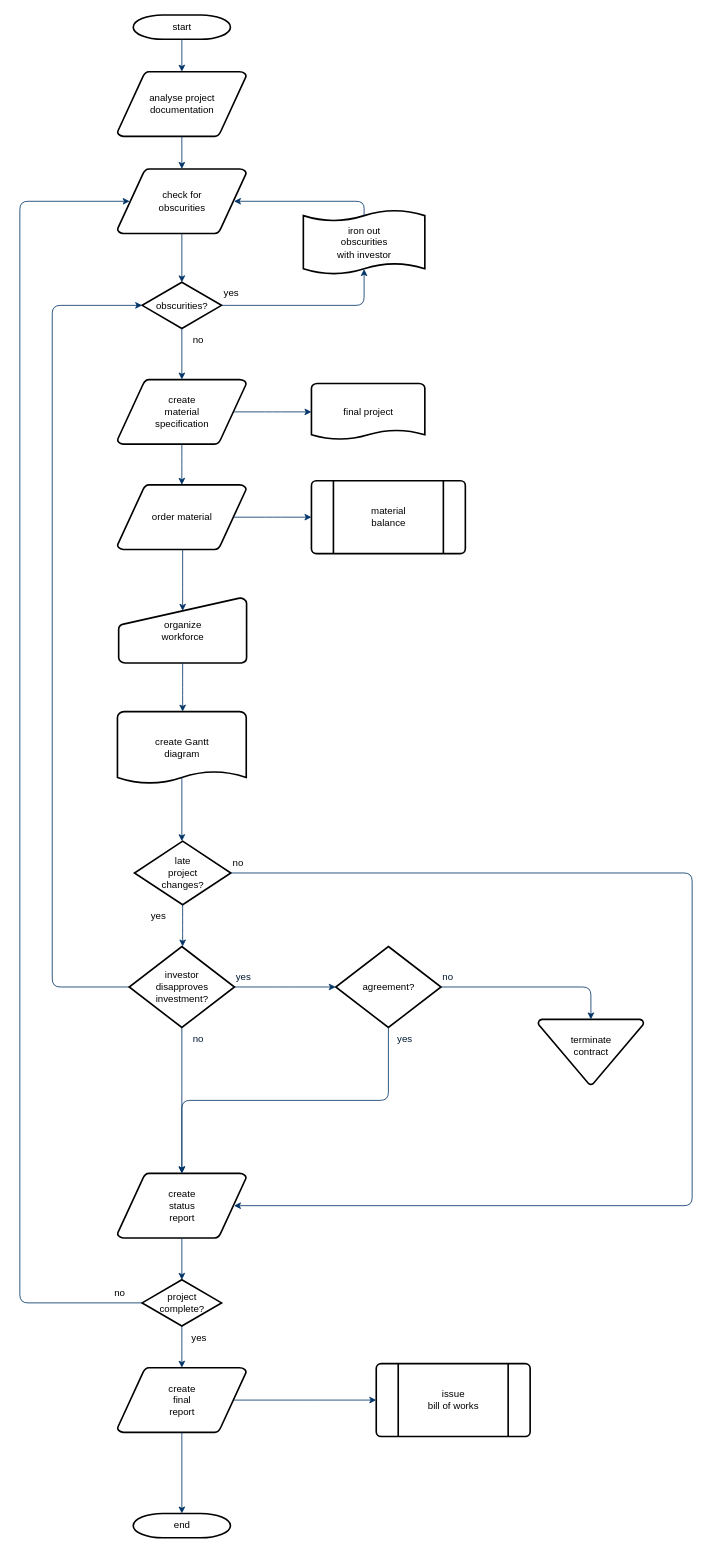
The draw.io diagram Fluxo LABSI min.drawio in Joluiss/Diagrams.net, before the edit. Source tidied: cells renumbered, new cells numbered last; positions are measured from the earlier drawing's top-left corner, leaving out a move shared by most shapes. Both pictures are drawn from the tidied source at 81%, with x=0, y=0 at pixel (19, 15).
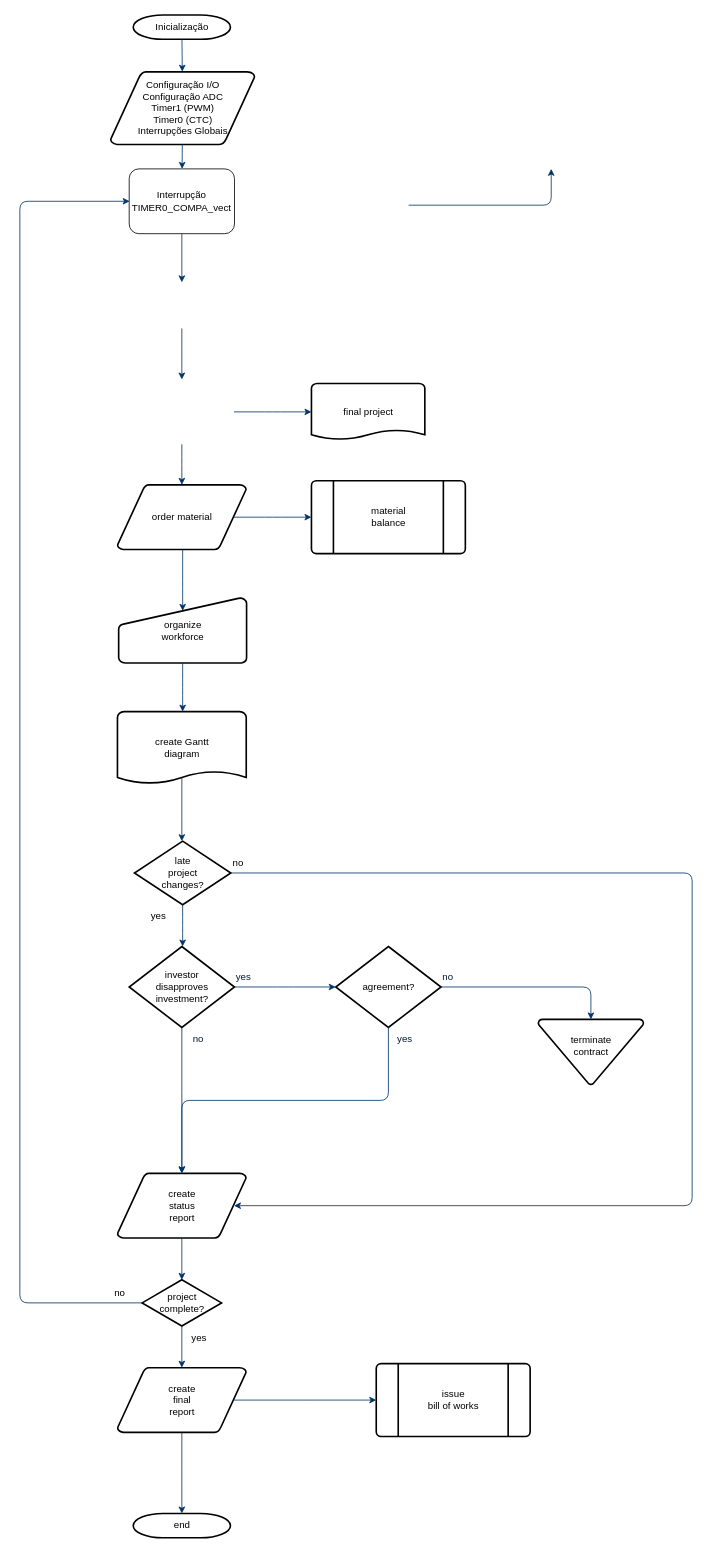
After the change.

Unchanged cells that the change refers to:
```xml
<mxCell id="13" value="order material" style="shape=mxgraph.flowchart.data;strokeWidth=2;gradientColor=none;gradientDirection=north;fontStyle=0;html=1;" parent="1" vertex="1">
  <mxGeometry x="120.5" y="580" width="159" height="80" as="geometry" />
</mxCell>
<mxCell id="15" value="final project" style="shape=mxgraph.flowchart.document;strokeWidth=2;gradientColor=none;gradientDirection=north;fontStyle=0;html=1;" parent="1" vertex="1">
  <mxGeometry x="360" y="455" width="140" height="70" as="geometry" />
</mxCell>
<mxCell id="28" value="investor&#10;disapproves&#10; investment?" style="shape=mxgraph.flowchart.decision;strokeWidth=2;gradientColor=none;gradientDirection=north;fontStyle=0;html=1;" parent="1" vertex="1">
  <mxGeometry x="135" y="1150" width="130" height="100" as="geometry" />
</mxCell>
<mxCell id="37" value="project&#10;complete?" style="shape=mxgraph.flowchart.decision;strokeWidth=2;gradientColor=none;gradientDirection=north;fontStyle=0;html=1;" parent="1" vertex="1">
  <mxGeometry x="151" y="1561.5" width="98" height="57" as="geometry" />
</mxCell>
```

Diff of the diagram source:
```diff
@@
-    <mxCell id="2" value="start" style="shape=mxgraph.flowchart.terminator;strokeWidth=2;gradientColor=none;gradientDirection=north;fontStyle=0;html=1;" parent="1" vertex="1">
+    <mxCell id="2" value="Inicialização" style="shape=mxgraph.flowchart.terminator;strokeWidth=2;gradientColor=none;gradientDirection=north;fontStyle=0;html=1;" parent="1" vertex="1">
       <mxGeometry x="140" width="120" height="30" as="geometry" />
     </mxCell>
-    <mxCell id="3" value="analyse project&#10; documentation" style="shape=mxgraph.flowchart.data;strokeWidth=2;gradientColor=none;gradientDirection=north;fontStyle=0;html=1;" parent="1" vertex="1">
-      <mxGeometry x="120.5" y="70" width="159" height="80" as="geometry" />
+    <mxCell id="3" value="&lt;div&gt;&lt;font&gt;Configuração I/O&lt;/font&gt;&lt;/div&gt;&lt;div&gt;&lt;font&gt;Configuração ADC&lt;/font&gt;&lt;/div&gt;&lt;div&gt;&lt;font&gt;Timer1 (PWM)&lt;/font&gt;&lt;/div&gt;&lt;div&gt;&lt;font&gt;Timer0 (CTC)&lt;/font&gt;&lt;/div&gt;&lt;div&gt;&lt;font&gt;Interrupções Globais&lt;/font&gt;&lt;/div&gt;" style="shape=mxgraph.flowchart.data;strokeWidth=2;gradientColor=none;gradientDirection=north;fontStyle=0;html=1;" parent="1" vertex="1">
+      <mxGeometry x="112" y="70" width="178" height="90" as="geometry" />
     </mxCell>
-    <mxCell id="4" value="create&#10;material&#10;specification" style="shape=mxgraph.flowchart.data;strokeWidth=2;gradientColor=none;gradientDirection=north;fontStyle=0;html=1;" parent="1" vertex="1">
-      <mxGeometry x="120.5" y="450" width="159" height="80" as="geometry" />
-    </mxCell>
-    <mxCell id="5" value="check for&#10;obscurities" style="shape=mxgraph.flowchart.data;strokeWidth=2;gradientColor=none;gradientDirection=north;fontStyle=0;html=1;" parent="1" vertex="1">
-      <mxGeometry x="120.5" y="190" width="159" height="80" as="geometry" />
-    </mxCell>
-    <mxCell id="6" value="obscurities?" style="shape=mxgraph.flowchart.decision;strokeWidth=2;gradientColor=none;gradientDirection=north;fontStyle=0;html=1;" parent="1" vertex="1">
-      <mxGeometry x="151" y="330" width="98" height="57" as="geometry" />
-    </mxCell>
@@
-    <mxCell id="8" style="fontStyle=1;strokeColor=#003366;strokeWidth=1;html=1;" parent="1" edge="1" source="3" target="5">
-      <mxGeometry relative="1" as="geometry" />
+    <mxCell id="8" style="fontStyle=1;strokeColor=#003366;strokeWidth=1;html=1;" parent="1" edge="1" source="3">
+      <mxGeometry relative="1" as="geometry">
+        <mxPoint x="200.3" y="190" as="targetPoint" />
+      </mxGeometry>
     </mxCell>
-    <mxCell id="9" style="entryX=0.5;entryY=0;entryPerimeter=0;fontStyle=1;strokeColor=#003366;strokeWidth=1;html=1;" parent="1" edge="1" source="5" target="6">
-      <mxGeometry relative="1" as="geometry" />
+    <mxCell id="9" style="entryX=0.5;entryY=0;entryPerimeter=0;fontStyle=1;strokeColor=#003366;strokeWidth=1;html=1;" parent="1" edge="1">
+      <mxGeometry relative="1" as="geometry">
+        <mxPoint x="200" y="270" as="sourcePoint" />
+        <mxPoint x="200" y="330" as="targetPoint" />
+      </mxGeometry>
     </mxCell>
-    <mxCell id="10" style="edgeStyle=elbowEdgeStyle;elbow=horizontal;entryX=0.5;entryY=0.91;entryPerimeter=0;exitX=1;exitY=0.5;exitPerimeter=0;fontStyle=1;strokeColor=#003366;strokeWidth=1;html=1;" parent="1" edge="1" source="6" target="51">
+    <mxCell id="10" style="edgeStyle=elbowEdgeStyle;elbow=horizontal;entryX=0.5;entryY=0.91;entryPerimeter=0;exitX=1;exitY=0.5;exitPerimeter=0;fontStyle=1;strokeColor=#003366;strokeWidth=1;html=1;" parent="1" edge="1">
       <mxGeometry x="381" y="28.5" as="geometry">
+        <mxPoint x="480" y="234.8" as="sourcePoint" />
+        <mxPoint x="656" y="190" as="targetPoint" />
         <Array as="points">
-          <mxPoint x="425" y="340" />
+          <mxPoint x="656" y="216.3" />
         </Array>
       </mxGeometry>
     </mxCell>
-    <mxCell id="11" value="yes" style="text;fontStyle=0;html=1;strokeColor=none;gradientColor=none;fillColor=none;strokeWidth=2;" parent="1" vertex="1">
-      <mxGeometry x="250" y="330" width="40" height="26" as="geometry" />
-    </mxCell>
-    <mxCell id="12" style="edgeStyle=elbowEdgeStyle;elbow=horizontal;fontColor=#001933;fontStyle=1;strokeColor=#003366;strokeWidth=1;html=1;" parent="1" edge="1" source="6" target="4">
-      <mxGeometry as="geometry" />
+    <mxCell id="12" style="edgeStyle=elbowEdgeStyle;elbow=horizontal;fontColor=#001933;fontStyle=1;strokeColor=#003366;strokeWidth=1;html=1;" parent="1" edge="1">
+      <mxGeometry as="geometry">
+        <mxPoint x="200" y="387" as="sourcePoint" />
+        <mxPoint x="200" y="450" as="targetPoint" />
+      </mxGeometry>
     </mxCell>
@@
-    <mxCell id="14" value="no" style="text;fontStyle=0;html=1;strokeColor=none;gradientColor=none;fillColor=none;strokeWidth=2;align=center;" parent="1" vertex="1">
-      <mxGeometry x="200" y="387" width="40" height="26" as="geometry" />
-    </mxCell>
@@
-    <mxCell id="16" style="edgeStyle=elbowEdgeStyle;elbow=horizontal;exitX=0.905;exitY=0.5;exitPerimeter=0;fontStyle=1;strokeColor=#003366;strokeWidth=1;html=1;" parent="1" edge="1" source="4" target="15">
-      <mxGeometry as="geometry" />
+    <mxCell id="16" style="edgeStyle=elbowEdgeStyle;elbow=horizontal;exitX=0.905;exitY=0.5;exitPerimeter=0;fontStyle=1;strokeColor=#003366;strokeWidth=1;html=1;" parent="1" edge="1" target="15">
+      <mxGeometry as="geometry">
+        <mxPoint x="264.4" y="490" as="sourcePoint" />
+      </mxGeometry>
     </mxCell>
-    <mxCell id="17" style="edgeStyle=elbowEdgeStyle;elbow=horizontal;fontStyle=1;strokeColor=#003366;strokeWidth=1;html=1;" parent="1" edge="1" source="4" target="13">
-      <mxGeometry as="geometry" />
+    <mxCell id="17" style="edgeStyle=elbowEdgeStyle;elbow=horizontal;fontStyle=1;strokeColor=#003366;strokeWidth=1;html=1;" parent="1" edge="1" target="13">
+      <mxGeometry as="geometry">
+        <mxPoint x="200" y="530" as="sourcePoint" />
+      </mxGeometry>
     </mxCell>
@@
-    <mxCell id="26" style="edgeStyle=elbowEdgeStyle;elbow=horizontal;exitX=0;exitY=0.5;exitPerimeter=0;entryX=0;entryY=0.5;entryPerimeter=0;fontStyle=1;strokeColor=#003366;strokeWidth=1;html=1;" parent="1" edge="1" source="28" target="6">
-      <mxGeometry as="geometry">
-        <Array as="points">
-          <mxPoint x="40" y="790" />
-        </Array>
-      </mxGeometry>
-    </mxCell>
@@
-    <mxCell id="51" value="iron out&#10;obscurities &#10;with investor" style="shape=mxgraph.flowchart.paper_tape;strokeWidth=2;gradientColor=none;gradientDirection=north;fontStyle=0;html=1;" parent="1" vertex="1">
-      <mxGeometry x="350" y="240" width="150" height="81" as="geometry" />
-    </mxCell>
-    <mxCell id="52" style="edgeStyle=elbowEdgeStyle;elbow=horizontal;exitX=0.5;exitY=0.09;exitPerimeter=0;entryX=0.905;entryY=0.5;entryPerimeter=0;fontStyle=1;strokeColor=#003366;strokeWidth=1;html=1;" parent="1" edge="1" source="51" target="5">
-      <mxGeometry as="geometry">
-        <Array as="points">
-          <mxPoint x="425" y="240" />
-        </Array>
-      </mxGeometry>
-    </mxCell>
@@
-    <mxCell id="54" style="edgeStyle=elbowEdgeStyle;elbow=horizontal;exitX=0;exitY=0.5;exitPerimeter=0;entryX=0.095;entryY=0.5;entryPerimeter=0;fontStyle=1;strokeColor=#003366;strokeWidth=1;html=1;" parent="1" edge="1" source="37" target="5">
+    <mxCell id="54" style="edgeStyle=elbowEdgeStyle;elbow=horizontal;exitX=0;exitY=0.5;exitPerimeter=0;entryX=0.095;entryY=0.5;entryPerimeter=0;fontStyle=1;strokeColor=#003366;strokeWidth=1;html=1;" parent="1" edge="1" source="37">
       <mxGeometry as="geometry">
+        <mxPoint x="135.6" y="230" as="targetPoint" />
         <Array as="points">
           <mxPoint y="910" />
         </Array>
       </mxGeometry>
     </mxCell>
@@
+    <mxCell id="56" value="Interrupção TIMER0_COMPA_vect" style="rounded=1;whiteSpace=wrap;html=1;" parent="1" vertex="1">
+      <mxGeometry x="135" y="190" width="130" height="80" as="geometry" />
+    </mxCell>
```
